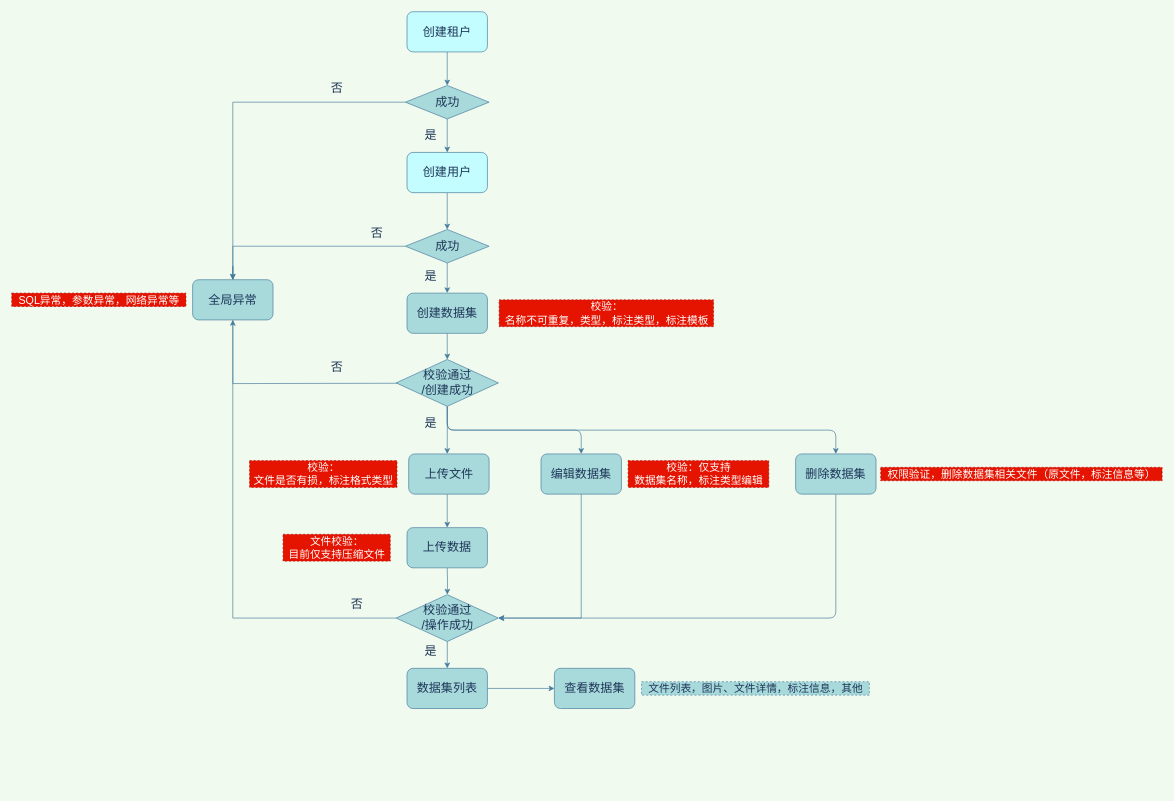
Earlier version of the draw.io diagram page "Page-8" (8 of 8) of 未命名绘图.drawio (duanxr1112/files). Source tidied: cells renumbered, new cells numbered last; positions are measured from the earlier drawing's top-left corner, leaving out a move shared by most shapes. Both pictures are drawn from the tidied source at 67%, with x=0, y=0 at pixel (11, 11).
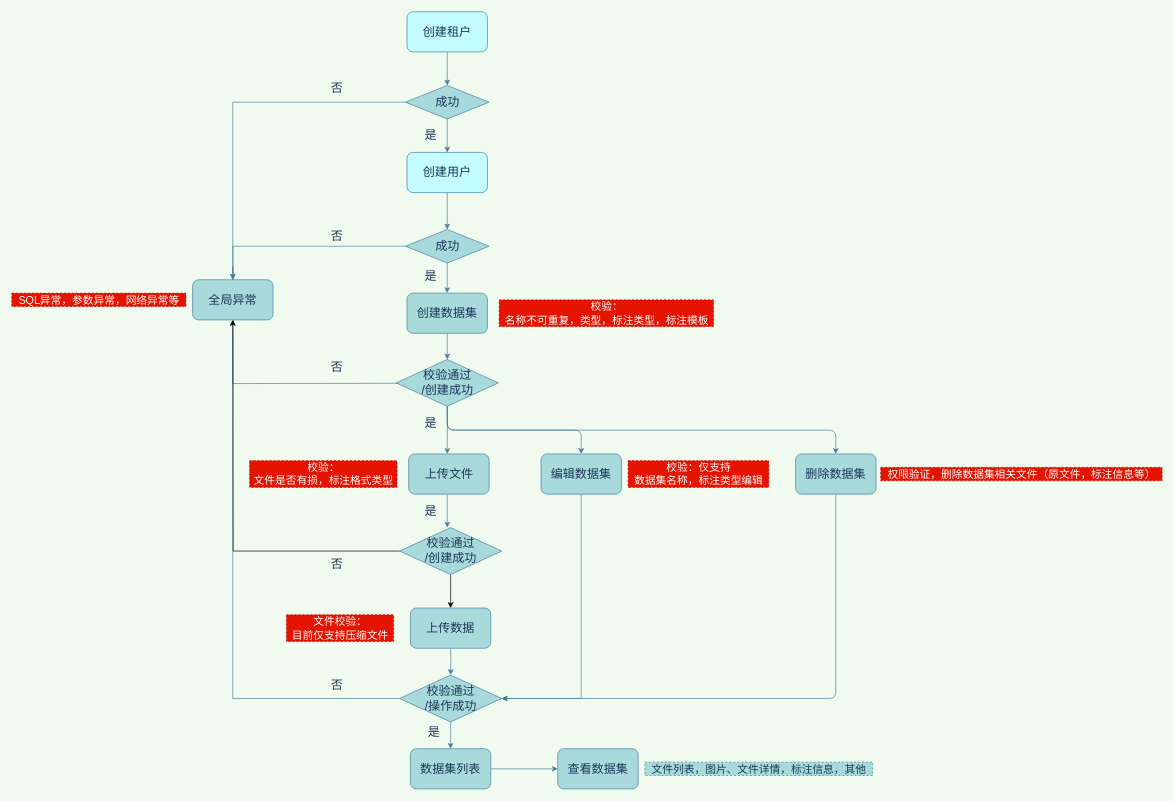
After the change.

Commit message:
Update 未命名绘图.drawio

Change to the diagram source:
```diff
@@
     <mxCell id="8" style="edgeStyle=orthogonalEdgeStyle;rounded=0;jettySize=auto;html=1;entryX=0.5;entryY=0;entryDx=0;entryDy=0;fontSize=18;labelBackgroundColor=#F1FAEE;strokeColor=#457B9D;fontColor=#1D3557;" parent="1" edge="1" target="24">
       <mxGeometry relative="1" as="geometry">
-        <mxPoint x="650" y="830" as="sourcePoint" />
+        <mxPoint x="655" y="950" as="sourcePoint" />
       </mxGeometry>
     </mxCell>
@@
     <mxCell id="10" value="&lt;font style=&quot;font-size: 18px&quot;&gt;数据集列表&lt;/font&gt;" style="rounded=1;whiteSpace=wrap;html=1;fillColor=#A8DADC;strokeColor=#457B9D;fontColor=#1D3557;" parent="1" vertex="1">
-      <mxGeometry x="590" y="980" width="120" height="60" as="geometry" />
+      <mxGeometry x="595" y="1100" width="120" height="60" as="geometry" />
     </mxCell>
     <mxCell id="11" value="&lt;font style=&quot;font-size: 18px&quot;&gt;查看数据集&lt;/font&gt;" style="rounded=1;whiteSpace=wrap;html=1;fillColor=#A8DADC;strokeColor=#457B9D;fontColor=#1D3557;" parent="1" vertex="1">
-      <mxGeometry x="810" y="980" width="120" height="60" as="geometry" />
+      <mxGeometry x="815" y="1100" width="120" height="60" as="geometry" />
     </mxCell>
@@
     <mxCell id="22" style="edgeStyle=orthogonalEdgeStyle;rounded=0;jettySize=auto;html=1;fontSize=18;labelBackgroundColor=#F1FAEE;strokeColor=#457B9D;fontColor=#1D3557;" parent="1" edge="1" source="24">
       <mxGeometry relative="1" as="geometry">
-        <mxPoint x="650" y="980" as="targetPoint" />
+        <mxPoint x="655" y="1100" as="targetPoint" />
       </mxGeometry>
     </mxCell>
@@
     <mxCell id="24" value="&lt;span&gt;校验通过&lt;/span&gt;&lt;br&gt;&lt;span&gt;/操作成功&lt;/span&gt;" style="rhombus;whiteSpace=wrap;html=1;fontSize=18;fillColor=#A8DADC;strokeColor=#457B9D;fontColor=#1D3557;" parent="1" vertex="1">
-      <mxGeometry x="573.8" y="870" width="152.5" height="70" as="geometry" />
+      <mxGeometry x="578.8" y="990" width="152.5" height="70" as="geometry" />
     </mxCell>
@@
     <mxCell id="32" value="&lt;font style=&quot;font-size: 16px&quot;&gt;文件列表，图片、文件详情，标注信息，其他&lt;/font&gt;" style="text;html=1;align=center;verticalAlign=middle;fillColor=#A8DADC;strokeColor=#457B9D;rounded=0;dashed=1;fontColor=#1D3557;" parent="1" vertex="1">
-      <mxGeometry x="940" y="1000" width="340" height="20" as="geometry" />
+      <mxGeometry x="945" y="1120" width="340" height="20" as="geometry" />
     </mxCell>
     <mxCell id="33" value="是" style="text;html=1;align=center;verticalAlign=middle;fillColor=none;strokeColor=none;rounded=0;fontSize=18;fontColor=#1D3557;" parent="1" vertex="1">
-      <mxGeometry x="610" y="940" width="30" height="30" as="geometry" />
+      <mxGeometry x="615" y="1060" width="30" height="30" as="geometry" />
     </mxCell>
     <mxCell id="34" value="否" style="text;html=1;align=center;verticalAlign=middle;fillColor=none;strokeColor=none;rounded=0;fontSize=18;fontColor=#1D3557;" parent="1" vertex="1">
-      <mxGeometry x="530" y="315" width="30" height="30" as="geometry" />
+      <mxGeometry x="470" y="320" width="30" height="30" as="geometry" />
     </mxCell>
@@
     <mxCell id="36" value="否" style="text;html=1;align=center;verticalAlign=middle;fillColor=none;strokeColor=none;rounded=0;fontSize=18;fontColor=#1D3557;" parent="1" vertex="1">
-      <mxGeometry x="500" y="870" width="30" height="30" as="geometry" />
+      <mxGeometry x="470" y="990" width="30" height="30" as="geometry" />
     </mxCell>
@@
     <mxCell id="39" value="&lt;span style=&quot;font-size: 16px&quot;&gt;文件校验：&lt;br&gt;目前仅支持压缩文件&lt;/span&gt;" style="text;html=1;align=center;verticalAlign=middle;fillColor=#e51400;strokeColor=#B20000;rounded=0;dashed=1;fontColor=#ffffff;" parent="1" vertex="1">
-      <mxGeometry x="405" y="780" width="160" height="40" as="geometry" />
+      <mxGeometry x="410" y="900" width="160" height="40" as="geometry" />
     </mxCell>
@@
     <mxCell id="46" value="&lt;font style=&quot;font-size: 18px&quot;&gt;上传数据&lt;/font&gt;" style="rounded=1;whiteSpace=wrap;html=1;fillColor=#A8DADC;strokeColor=#457B9D;fontColor=#1D3557;" parent="1" vertex="1">
-      <mxGeometry x="590" y="770" width="120" height="60" as="geometry" />
+      <mxGeometry x="595" y="890" width="120" height="60" as="geometry" />
     </mxCell>
@@
+    <mxCell id="50" style="edgeStyle=orthogonalEdgeStyle;rounded=0;jettySize=auto;html=1;" parent="1" edge="1" source="52" target="46">
+      <mxGeometry relative="1" as="geometry" />
+    </mxCell>
+    <mxCell id="51" style="edgeStyle=orthogonalEdgeStyle;rounded=0;jettySize=auto;html=1;" parent="1" edge="1" source="52">
+      <mxGeometry relative="1" as="geometry">
+        <mxPoint x="330" y="460" as="targetPoint" />
+      </mxGeometry>
+    </mxCell>
+    <mxCell id="52" value="&lt;span&gt;校验通过&lt;/span&gt;&lt;br&gt;&lt;span&gt;/创建成功&lt;/span&gt;" style="rhombus;whiteSpace=wrap;html=1;fontSize=18;fillColor=#A8DADC;strokeColor=#457B9D;fontColor=#1D3557;" parent="1" vertex="1">
+      <mxGeometry x="578.8" y="770" width="152.5" height="70" as="geometry" />
+    </mxCell>
+    <mxCell id="53" value="是" style="text;html=1;align=center;verticalAlign=middle;fillColor=none;strokeColor=none;rounded=0;fontSize=18;fontColor=#1D3557;" parent="1" vertex="1">
+      <mxGeometry x="610" y="730" width="30" height="30" as="geometry" />
+    </mxCell>
+    <mxCell id="54" value="否" style="text;html=1;align=center;verticalAlign=middle;fillColor=none;strokeColor=none;rounded=0;fontSize=18;fontColor=#1D3557;" parent="1" vertex="1">
+      <mxGeometry x="470" y="810" width="30" height="30" as="geometry" />
+    </mxCell>
```
